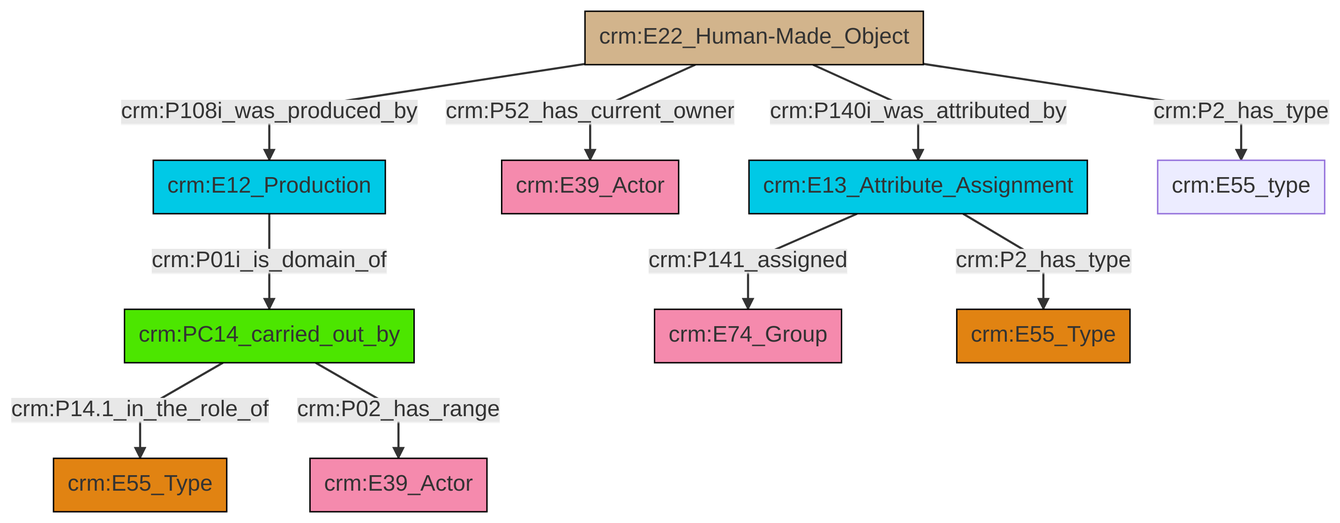
swiss-art-research-net/docs.swissartresearch keeps this Mermaid diagram as et/builtWorkCSV/ttl/mmd/png/Built_Work_actor_relations.png. Above is the earlier version. Its source is kept beside it as et/builtWorkCSV/ttl/mmd/Built_Work_actor_relations.ttl.mmd.
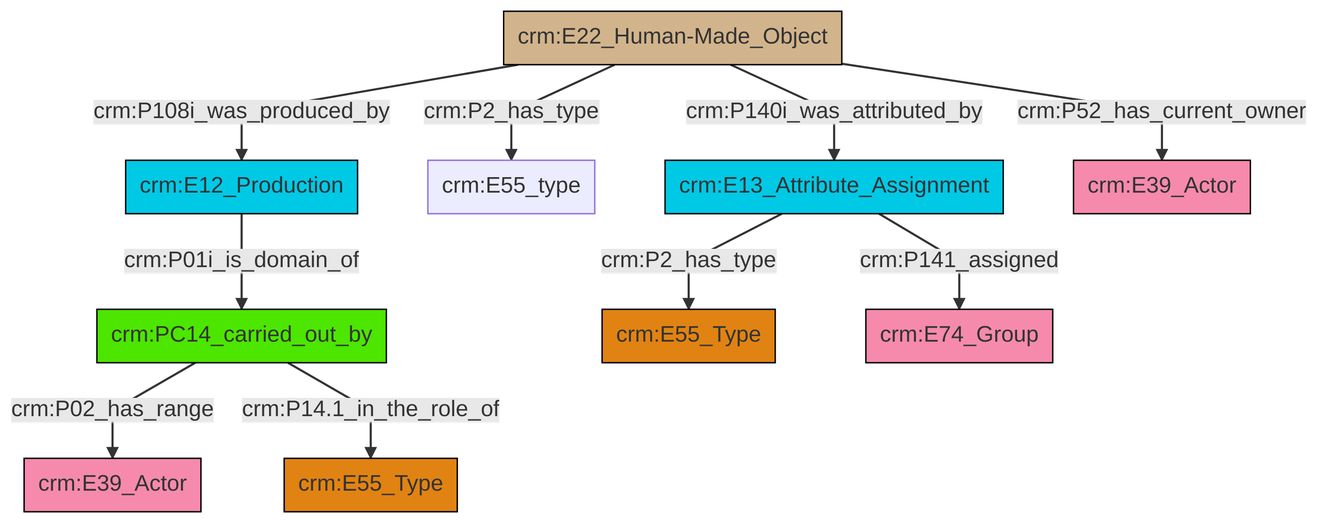
Later version of the same file.

What changed in the source:
```diff
@@ -13,12 +13,12 @@
 classDef PC_Classes fill:#4ce600, stroke:#000000;
 classDef Multi fill:#cccccc,stroke:#000000;
 
-10["crm:E22_Human-Made_Object"]:::Physical_Thing -->|crm:P52_has_current_owner| 4["crm:E39_Actor"]:::Actor
-8["crm:E13_Attribute_Assignment"]:::Temporal_Entity -->|crm:P2_has_type| 11["crm:E55_Type"]:::Type
-10["crm:E22_Human-Made_Object"]:::Physical_Thing -->|crm:P2_has_type| 15["crm:E55_type"]:::Default
-10["crm:E22_Human-Made_Object"]:::Physical_Thing -->|crm:P140i_was_attributed_by| 8["crm:E13_Attribute_Assignment"]:::Temporal_Entity
-0["crm:PC14_carried_out_by"]:::PC_Classes -->|crm:P14.1_in_the_role_of| 13["crm:E55_Type"]:::Type
-10["crm:E22_Human-Made_Object"]:::Physical_Thing -->|crm:P108i_was_produced_by| 2["crm:E12_Production"]:::Temporal_Entity
-2["crm:E12_Production"]:::Temporal_Entity -->|crm:P01i_is_domain_of| 0["crm:PC14_carried_out_by"]:::PC_Classes
-0["crm:PC14_carried_out_by"]:::PC_Classes -->|crm:P02_has_range| 16["crm:E39_Actor"]:::Actor
-8["crm:E13_Attribute_Assignment"]:::Temporal_Entity -->|crm:P141_assigned| 6["crm:E74_Group"]:::Actor
+0["crm:E22_Human-Made_Object"]:::Physical_Thing -->|crm:P108i_was_produced_by| 1["crm:E12_Production"]:::Temporal_Entity
+0["crm:E22_Human-Made_Object"]:::Physical_Thing -->|crm:P2_has_type| 6["crm:E55_type"]:::Default
+1["crm:E12_Production"]:::Temporal_Entity -->|crm:P01i_is_domain_of| 7["crm:PC14_carried_out_by"]:::PC_Classes
+8["crm:E13_Attribute_Assignment"]:::Temporal_Entity -->|crm:P2_has_type| 9["crm:E55_Type"]:::Type
+7["crm:PC14_carried_out_by"]:::PC_Classes -->|crm:P02_has_range| 13["crm:E39_Actor"]:::Actor
+8["crm:E13_Attribute_Assignment"]:::Temporal_Entity -->|crm:P141_assigned| 2["crm:E74_Group"]:::Actor
+0["crm:E22_Human-Made_Object"]:::Physical_Thing -->|crm:P140i_was_attributed_by| 8["crm:E13_Attribute_Assignment"]:::Temporal_Entity
+0["crm:E22_Human-Made_Object"]:::Physical_Thing -->|crm:P52_has_current_owner| 15["crm:E39_Actor"]:::Actor
+7["crm:PC14_carried_out_by"]:::PC_Classes -->|crm:P14.1_in_the_role_of| 19["crm:E55_Type"]:::Type
```
